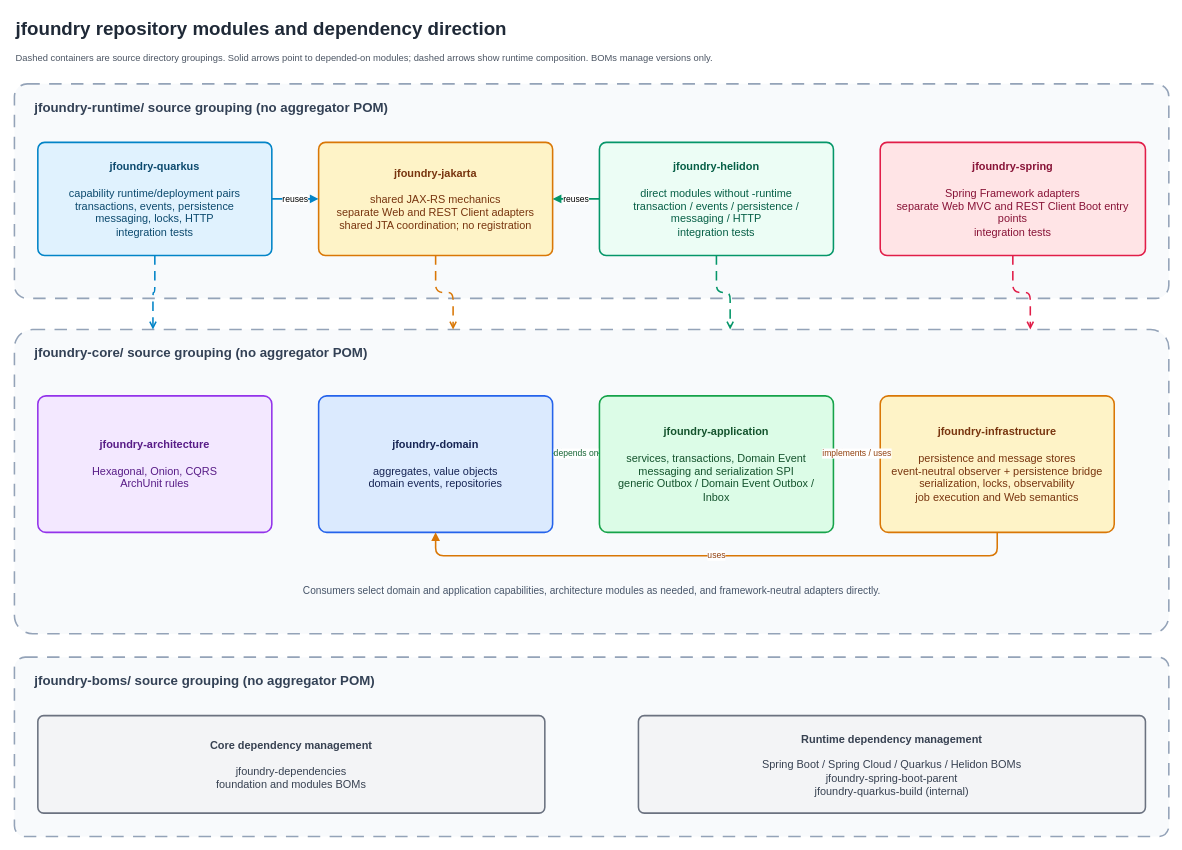
Earlier version of the draw.io diagram docs/i18n/assets/jfoundry-module-architecture.drawio (huahill/jfoundry). Source tidied: cells renumbered, new cells numbered last; positions are measured from the earlier drawing's top-left corner, leaving out a move shared by most shapes. Both pictures are drawn from the tidied source at 78%, with x=0, y=0 at pixel (14, 13).
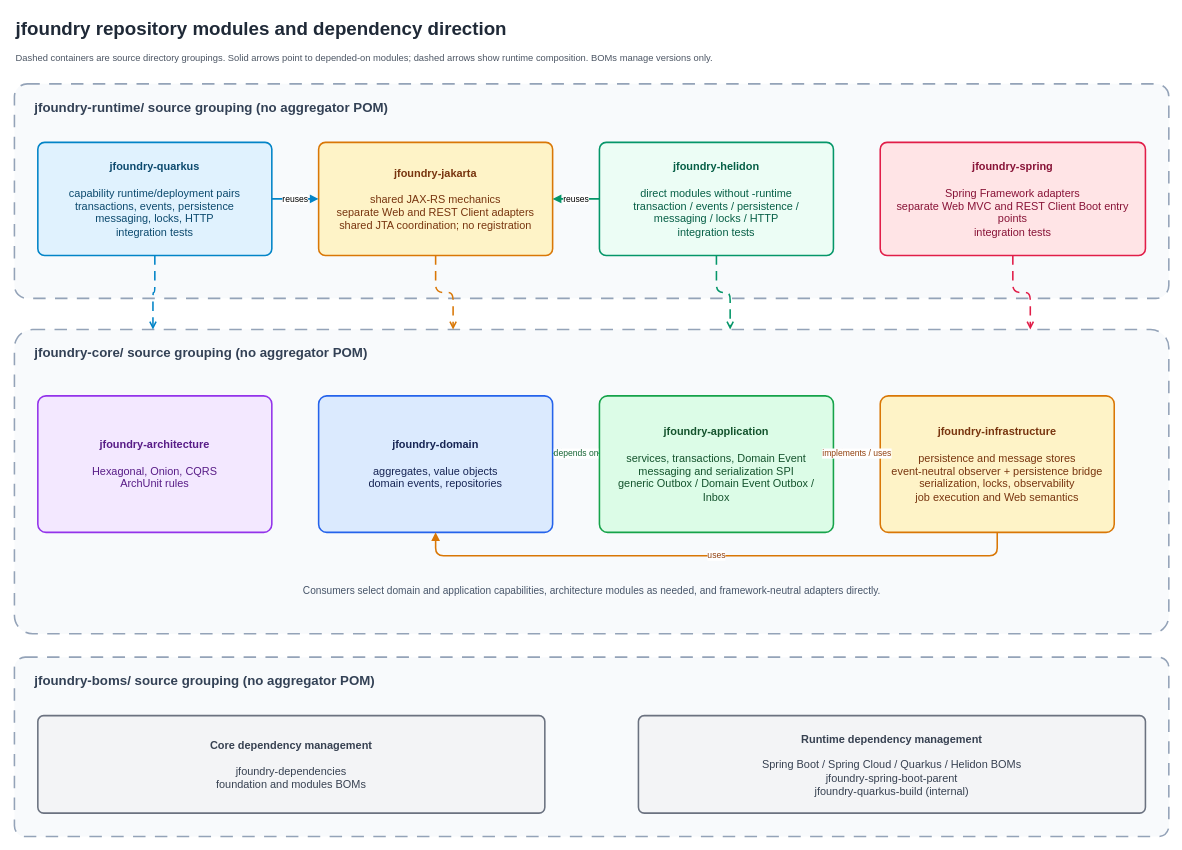
After the change.

What changed in the source:
```diff
@@
-    <mxCell id="7" value="&lt;b&gt;jfoundry-helidon&lt;/b&gt;&lt;br&gt;&lt;br&gt;direct modules without -runtime&lt;br&gt;transaction / events / persistence / messaging / HTTP&lt;br&gt;integration tests" style="rounded=1;arcSize=6;whiteSpace=wrap;html=1;fillColor=#ECFDF5;strokeColor=#059669;strokeWidth=2;fontColor=#065F46;fontSize=14;align=center;verticalAlign=middle;spacing=10;" parent="1" vertex="1">
+    <mxCell id="7" value="&lt;b&gt;jfoundry-helidon&lt;/b&gt;&lt;br&gt;&lt;br&gt;direct modules without -runtime&lt;br&gt;transaction / events / persistence / messaging / locks / HTTP&lt;br&gt;integration tests" style="rounded=1;arcSize=6;whiteSpace=wrap;html=1;fillColor=#ECFDF5;strokeColor=#059669;strokeWidth=2;fontColor=#065F46;fontSize=14;align=center;verticalAlign=middle;spacing=10;" parent="1" vertex="1">
       <mxGeometry x="750" y="165" width="300" height="145" as="geometry" />
     </mxCell>
```
